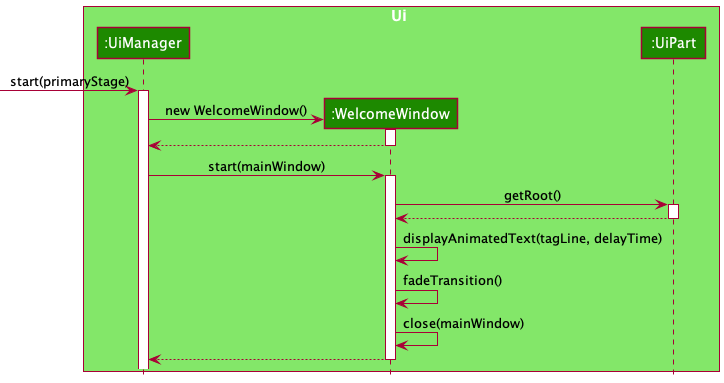
Above: docs/images/WelcomeWindowSequenceDiagram.png in nus-cs2103-AY2122S1/tp (PlantUML), before the change.
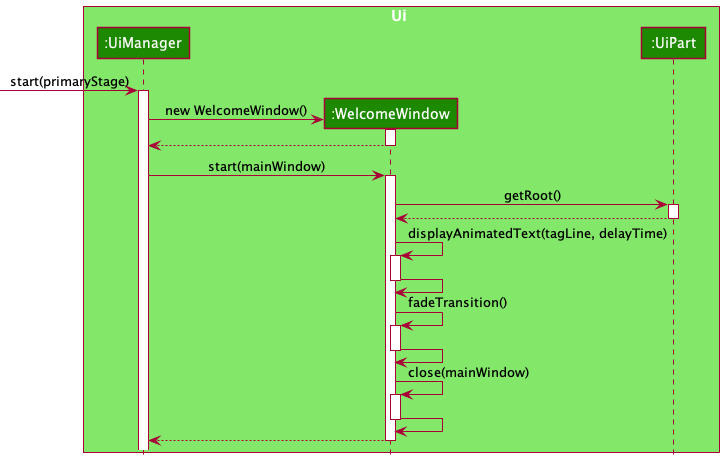
Above is the later version.

Commit message:
Update WelcomeWindow Sequence Diagram

The edit, as a diff of the source:
```diff
@@ -26,10 +26,22 @@
 deactivate UiPart
 
 WelcomeWindow -> WelcomeWindow : displayAnimatedText(tagLine, delayTime)
+activate WelcomeWindow
+
+WelcomeWindow -> WelcomeWindow
+deactivate WelcomeWindow
 
 WelcomeWindow -> WelcomeWindow : fadeTransition()
+activate WelcomeWindow
+
+WelcomeWindow -> WelcomeWindow
+deactivate WelcomeWindow
 
 WelcomeWindow -> WelcomeWindow : close(mainWindow)
+activate WelcomeWindow
+
+WelcomeWindow -> WelcomeWindow
+deactivate WelcomeWindow
 
 WelcomeWindow --> UiManager
 deactivate WelcomeWindow
```
